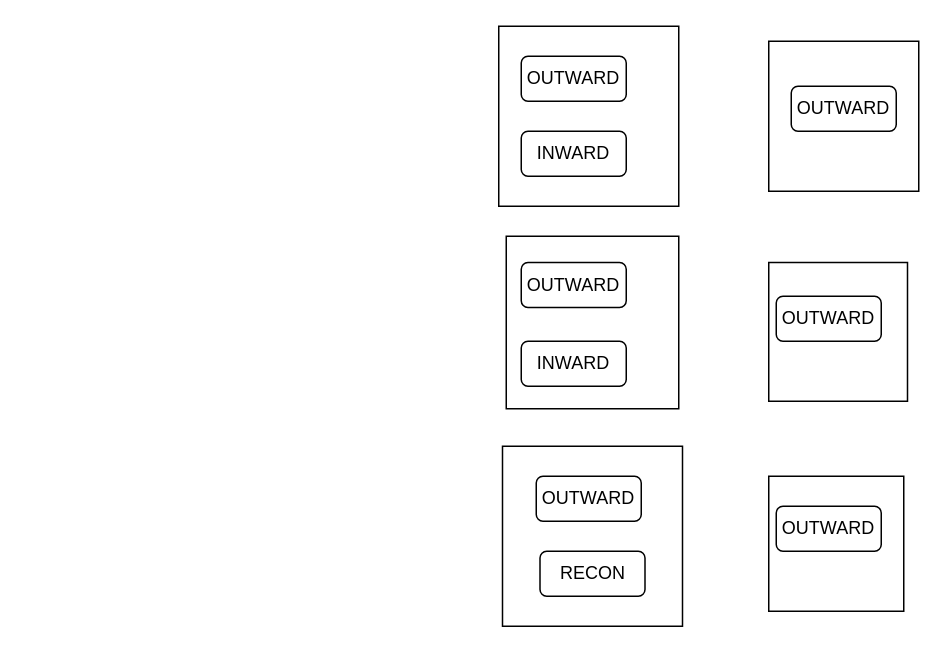
Before: RBI_IMPS.drawio in ashwiniadlakha/draw_io, a draw.io diagram. Source tidied: cells renumbered, new cells numbered last; positions are measured from the earlier drawing's top-left corner, leaving out a move shared by most shapes. Both pictures are drawn from the tidied source at 150%, with x=0, y=0 at pixel (498, 26).
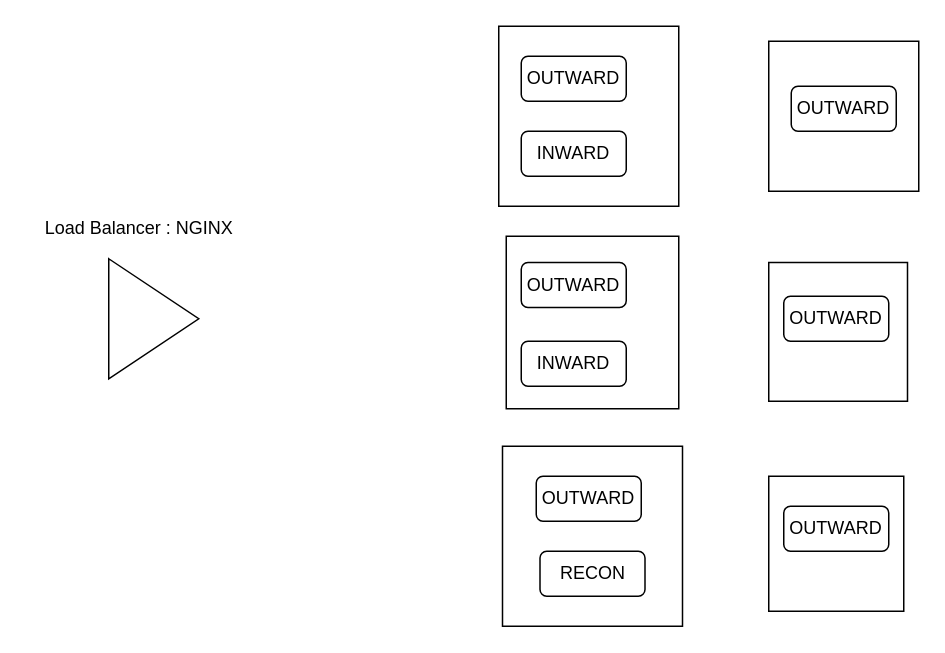
The same page after the edit.

What changed in the source:
```diff
@@
 <mxGraphModel>
   <root>
     <mxCell id="0" />
     <mxCell id="1" parent="0" />
+    <mxCell id="17" value="Load Balancer : NGINX" style="text;html=1;align=center;verticalAlign=middle;strokeColor=none;fillColor=none;" parent="1" vertex="1">
+      <mxGeometry x="-315" y="120" width="150" height="30" as="geometry" />
+    </mxCell>
     <mxCell id="2" style="whiteSpace=wrap;html=1;" parent="1" vertex="1">
       <mxGeometry x="180" y="300" width="90" height="90" as="geometry" />
     </mxCell>
     <mxCell id="3" style="whiteSpace=wrap;html=1;" parent="1" vertex="1">
       <mxGeometry x="180" y="157.5" width="92.5" height="92.5" as="geometry" />
     </mxCell>
     <mxCell id="4" style="whiteSpace=wrap;html=1;" parent="1" vertex="1">
       <mxGeometry x="2.5" y="280" width="120" height="120" as="geometry" />
     </mxCell>
     <mxCell id="5" style="whiteSpace=wrap;html=1;" parent="1" vertex="1">
       <mxGeometry x="180" y="10" width="100" height="100" as="geometry" />
     </mxCell>
     <mxCell id="6" style="whiteSpace=wrap;html=1;" parent="1" vertex="1">
       <mxGeometry x="5" y="140" width="115" height="115" as="geometry" />
     </mxCell>
     <mxCell id="7" style="whiteSpace=wrap;html=1;" parent="1" vertex="1">
       <mxGeometry width="120" height="120" as="geometry" />
     </mxCell>
     <mxCell id="8" value="OUTWARD" style="rounded=1;whiteSpace=wrap;html=1;" parent="1" vertex="1">
       <mxGeometry x="15" y="20" width="70" height="30" as="geometry" />
     </mxCell>
     <mxCell id="9" value="OUTWARD" style="rounded=1;whiteSpace=wrap;html=1;" parent="1" vertex="1">
       <mxGeometry x="195" y="40" width="70" height="30" as="geometry" />
     </mxCell>
     <mxCell id="10" value="INWARD" style="rounded=1;whiteSpace=wrap;html=1;" parent="1" vertex="1">
       <mxGeometry x="15" y="70" width="70" height="30" as="geometry" />
     </mxCell>
     <mxCell id="11" value="OUTWARD" style="rounded=1;whiteSpace=wrap;html=1;" parent="1" vertex="1">
       <mxGeometry x="15" y="157.5" width="70" height="30" as="geometry" />
     </mxCell>
     <mxCell id="12" value="INWARD" style="rounded=1;whiteSpace=wrap;html=1;" parent="1" vertex="1">
       <mxGeometry x="15" y="210" width="70" height="30" as="geometry" />
     </mxCell>
     <mxCell id="13" value="OUTWARD" style="rounded=1;whiteSpace=wrap;html=1;" parent="1" vertex="1">
       <mxGeometry x="25" y="300" width="70" height="30" as="geometry" />
     </mxCell>
     <mxCell id="14" value="RECON" style="rounded=1;whiteSpace=wrap;html=1;" parent="1" vertex="1">
       <mxGeometry x="27.5" y="350" width="70" height="30" as="geometry" />
     </mxCell>
     <mxCell id="15" value="OUTWARD" style="rounded=1;whiteSpace=wrap;html=1;" parent="1" vertex="1">
-      <mxGeometry x="185" y="180" width="70" height="30" as="geometry" />
+      <mxGeometry x="190" y="180" width="70" height="30" as="geometry" />
     </mxCell>
     <mxCell id="16" value="OUTWARD" style="rounded=1;whiteSpace=wrap;html=1;" parent="1" vertex="1">
-      <mxGeometry x="185" y="320" width="70" height="30" as="geometry" />
+      <mxGeometry x="190" y="320" width="70" height="30" as="geometry" />
     </mxCell>
+    <mxCell id="18" style="triangle;whiteSpace=wrap;html=1;" parent="1" vertex="1">
+      <mxGeometry x="-260" y="155" width="60" height="80" as="geometry" />
+    </mxCell>
   </root>
 </mxGraphModel>
```
